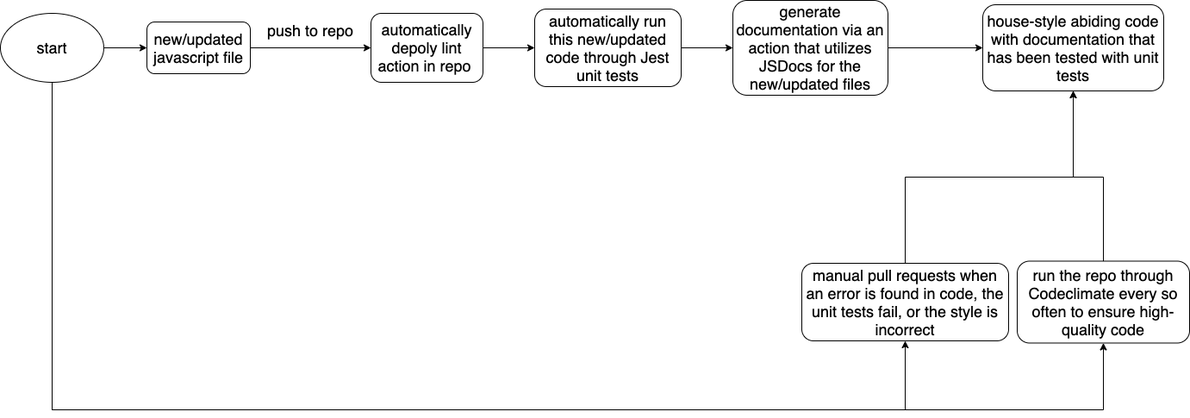
Before: CI/ci_pipeline.drawio.png, a diagram exported from draw.io (Max-Edelson/Bullet-Journal). Source tidied: cells renumbered, new cells last; positions are measured from the earlier drawing's top-left corner, leaving out a move shared by most shapes.
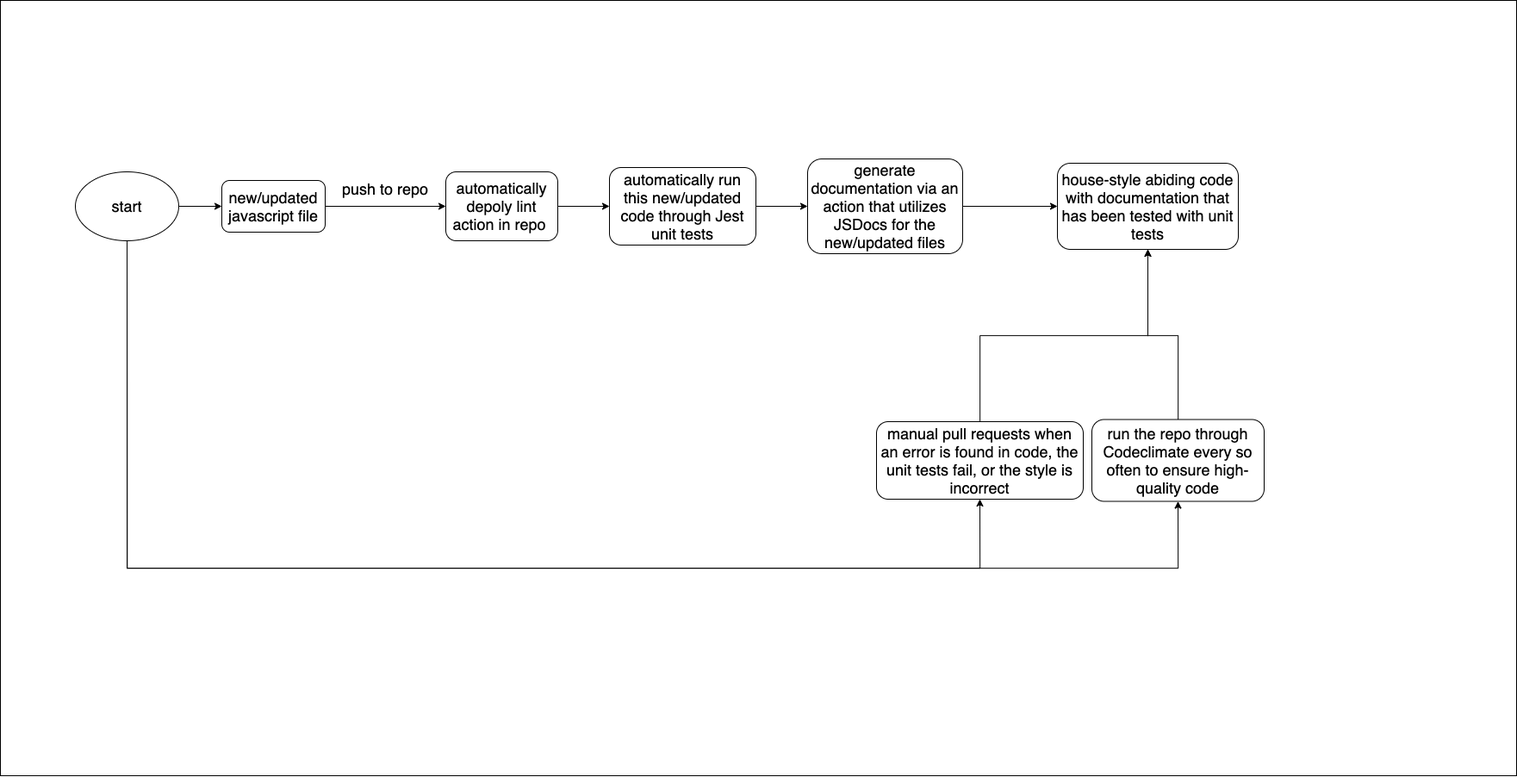
After the commit.

The edit, as a diff of the source:
```diff
@@ -2,6 +2,9 @@
   <root>
     <mxCell id="0" />
     <mxCell id="1" parent="0" />
+    <mxCell id="20" style="rounded=0;whiteSpace=wrap;html=1;" parent="1" vertex="1">
+      <mxGeometry x="-87" y="-184" width="1760" height="900" as="geometry" />
+    </mxCell>
     <mxCell id="2" style="edgeStyle=orthogonalEdgeStyle;rounded=0;jettySize=auto;html=1;entryX=0;entryY=0.5;entryDx=0;entryDy=0;" parent="1" edge="1" source="3" target="9">
       <mxGeometry relative="1" as="geometry" />
     </mxCell>
```
